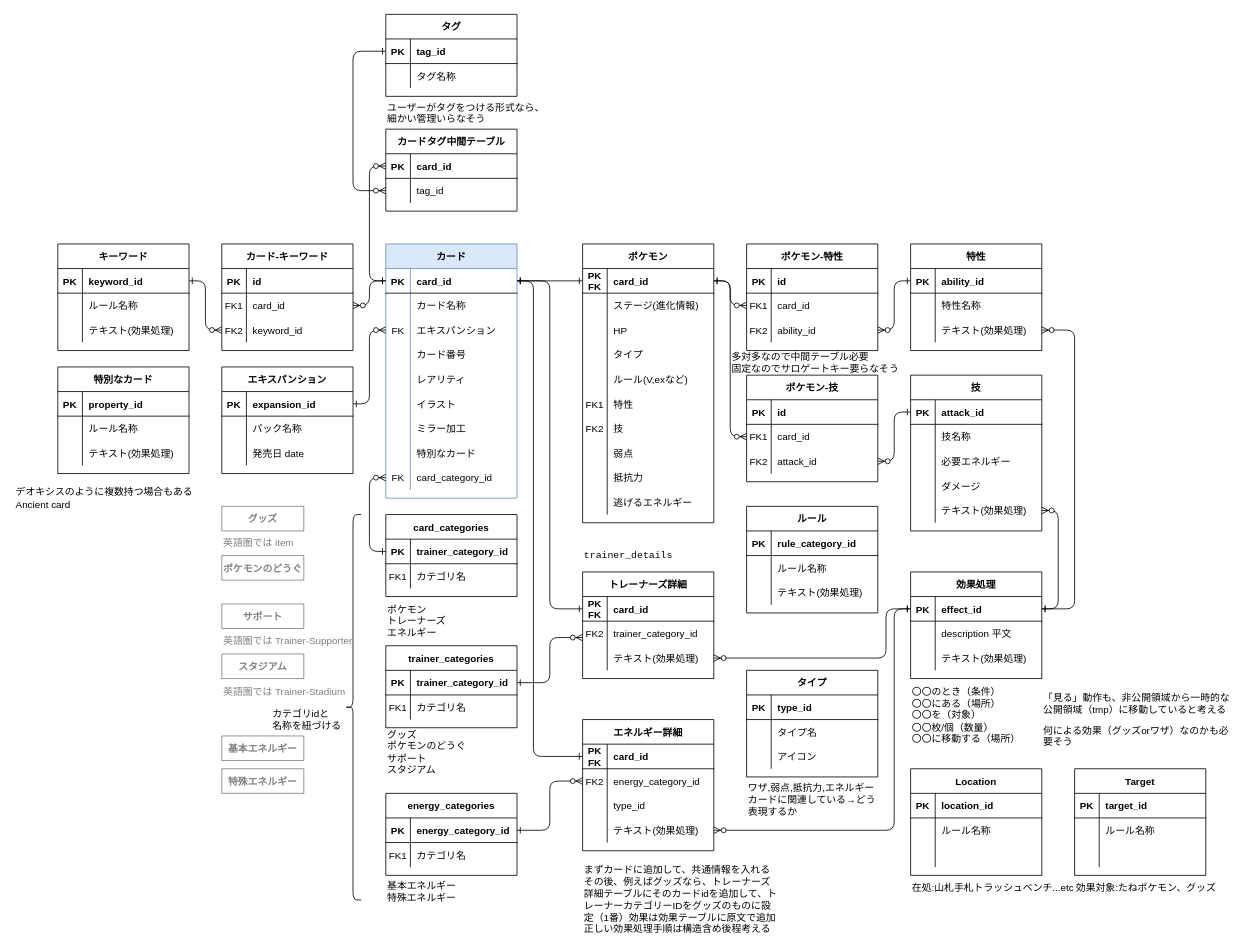
The draw.io diagram page "ER図ver2" (4 of 11) of データベース草案.drawio in tinatamago/ptcg, before the edit. Source tidied: cells renumbered, new cells numbered last; positions are measured from the earlier drawing's top-left corner, leaving out a move shared by most shapes. Both pictures are drawn from the tidied source at 82%, with x=0, y=0 at pixel (14, 14).
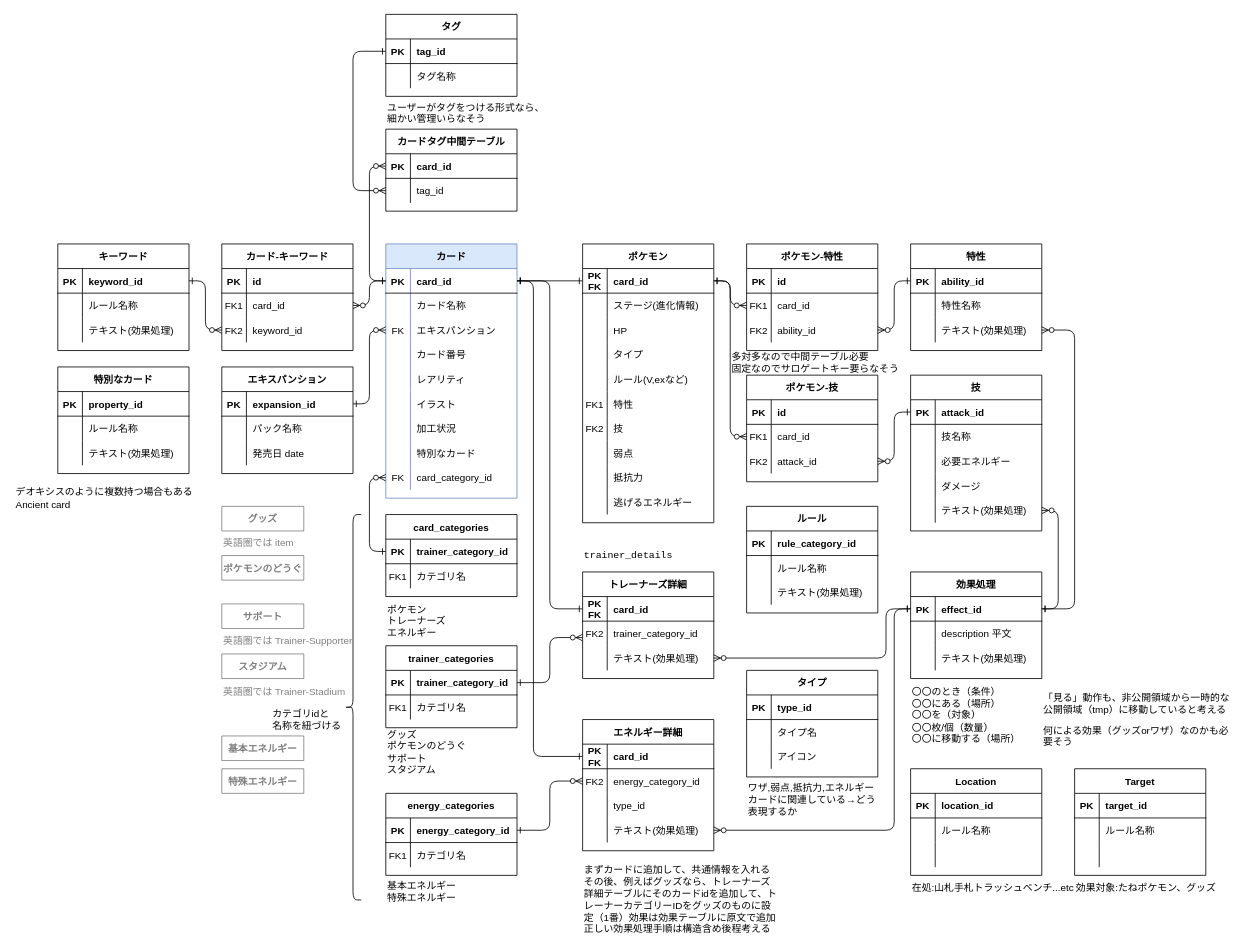
The same diagram, later.

The change refers to these unchanged cells:
```xml
<mxCell id="48" style="shape=partialRectangle;fillColor=none;top=0;left=0;right=0;bottom=0;" parent="29" vertex="1">
  <mxGeometry y="210" width="160" height="30" as="geometry" />
</mxCell>
```

Diff of the diagram source:
```diff
@@
-    <mxCell id="50" value="ミラー加工" style="shape=partialRectangle;overflow=hidden;fillColor=none;top=0;left=0;bottom=0;right=0;align=left;spacingLeft=6;" parent="48" vertex="1">
+    <mxCell id="50" value="加工状況" style="shape=partialRectangle;overflow=hidden;fillColor=none;top=0;left=0;bottom=0;right=0;align=left;spacingLeft=6;" parent="48" vertex="1">
       <mxGeometry x="30" width="130" height="30" as="geometry" />
     </mxCell>
```
